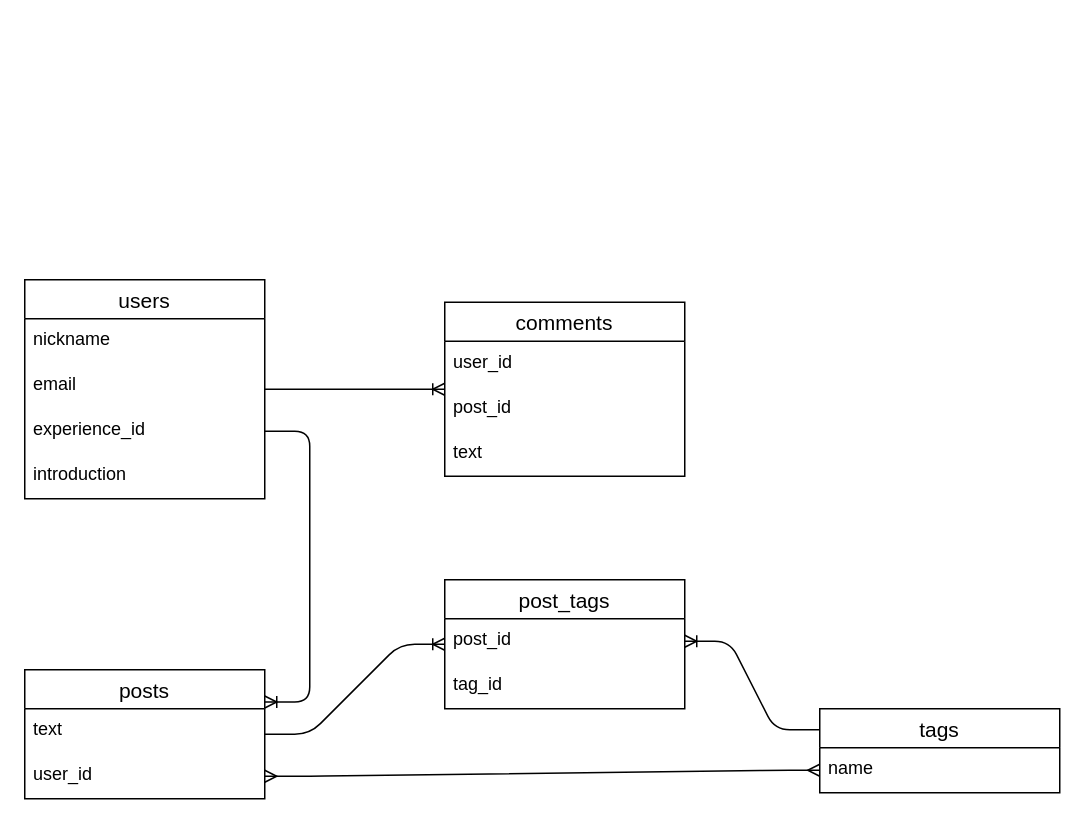
Tsukasa311/share-training keeps this draw.io diagram as share-training.dio. Above is the earlier version. Source tidied: cells renumbered, new cells numbered last; positions are measured from the earlier drawing's top-left corner, leaving out a move shared by most shapes. Both pictures are drawn from the tidied source at 150%, with x=0, y=0 at pixel (24, 279).
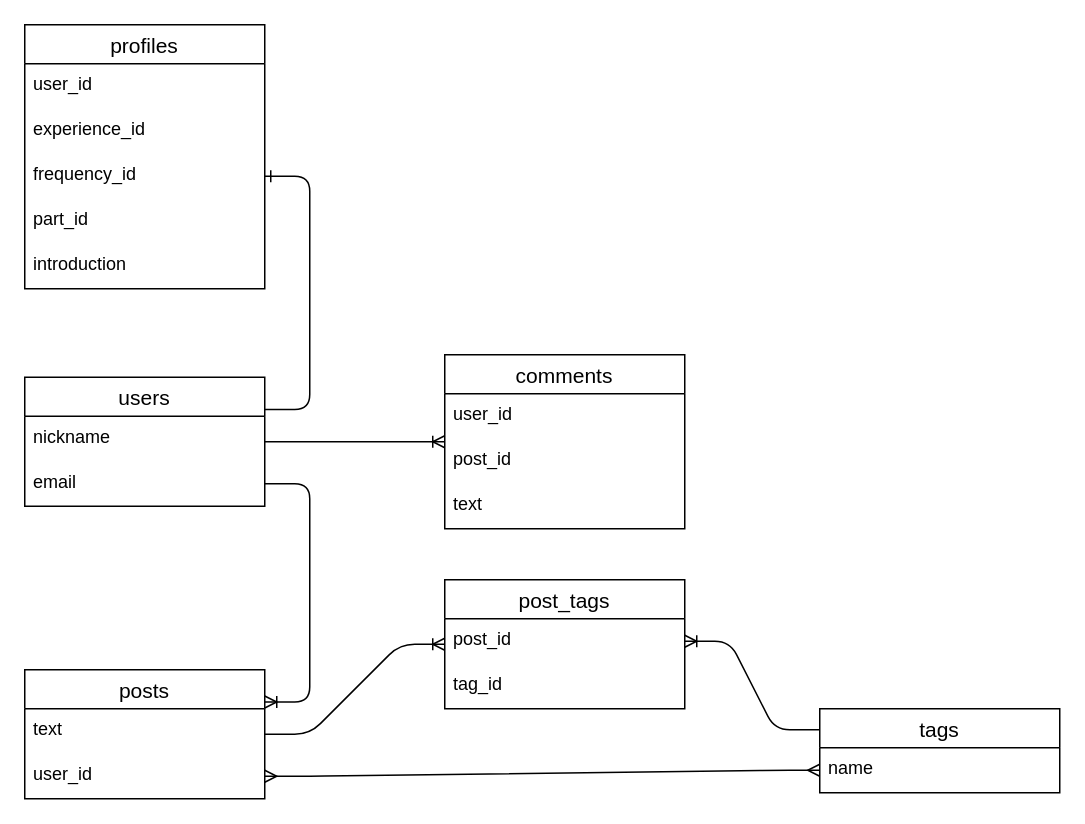
After the change.

Unchanged cells that the change refers to:
```xml
<mxCell id="4" value="email" style="text;strokeColor=none;fillColor=none;spacingLeft=4;spacingRight=4;overflow=hidden;points=[[0,0.5],[1,0.5]];portConstraint=eastwest;fontSize=12;" parent="2" vertex="1">
  <mxGeometry y="56" width="160" height="30" as="geometry" />
</mxCell>
<mxCell id="7" value="posts" style="swimlane;fontStyle=0;horizontal=1;startSize=26;align=center;fontSize=14;" parent="1" vertex="1">
  <mxGeometry y="260" width="160" height="86" as="geometry" />
</mxCell>
```

The edit, as a diff of the source:
```diff
@@
     <mxCell id="2" value="users" style="swimlane;fontStyle=0;horizontal=1;startSize=26;align=center;fontSize=14;" parent="1" vertex="1">
-      <mxGeometry width="160" height="146" as="geometry" />
+      <mxGeometry y="65" width="160" height="86" as="geometry" />
     </mxCell>
@@
-    <mxCell id="5" value="experience_id" style="text;strokeColor=none;fillColor=none;spacingLeft=4;spacingRight=4;overflow=hidden;points=[[0,0.5],[1,0.5]];portConstraint=eastwest;fontSize=12;" parent="2" vertex="1">
-      <mxGeometry y="86" width="160" height="30" as="geometry" />
-    </mxCell>
-    <mxCell id="6" value="introduction" style="text;strokeColor=none;fillColor=none;spacingLeft=4;spacingRight=4;overflow=hidden;fontSize=12;" parent="2" vertex="1">
-      <mxGeometry y="116" width="160" height="30" as="geometry" />
-    </mxCell>
@@
     <mxCell id="10" value="comments" style="swimlane;fontStyle=0;horizontal=1;startSize=26;align=center;fontSize=14;" parent="1" vertex="1">
-      <mxGeometry x="280" y="15" width="160" height="116" as="geometry" />
+      <mxGeometry x="280" y="50" width="160" height="116" as="geometry" />
     </mxCell>
@@
-    <mxCell id="20" style="edgeStyle=entityRelationEdgeStyle;fontSize=12;html=1;endArrow=ERoneToMany;exitX=1;exitY=0.5;exitDx=0;exitDy=0;entryX=1;entryY=0.25;entryDx=0;entryDy=0;" parent="1" edge="1" source="5" target="7">
+    <mxCell id="20" style="edgeStyle=entityRelationEdgeStyle;fontSize=12;html=1;endArrow=ERoneToMany;exitX=1;exitY=0.5;exitDx=0;exitDy=0;entryX=1;entryY=0.25;entryDx=0;entryDy=0;" parent="1" edge="1" source="4" target="7">
       <mxGeometry relative="1" as="geometry" />
     </mxCell>
@@
+    <mxCell id="24" value="profiles" style="swimlane;fontStyle=0;horizontal=1;startSize=26;align=center;fontSize=14;" parent="1" vertex="1">
+      <mxGeometry y="-170" width="160" height="176" as="geometry" />
+    </mxCell>
+    <mxCell id="25" value="user_id" style="text;strokeColor=none;fillColor=none;spacingLeft=4;spacingRight=4;overflow=hidden;fontSize=12;" parent="24" vertex="1">
+      <mxGeometry y="26" width="160" height="30" as="geometry" />
+    </mxCell>
+    <mxCell id="5" value="experience_id" style="text;strokeColor=none;fillColor=none;spacingLeft=4;spacingRight=4;overflow=hidden;points=[[0,0.5],[1,0.5]];portConstraint=eastwest;fontSize=12;" parent="24" vertex="1">
+      <mxGeometry y="56" width="160" height="30" as="geometry" />
+    </mxCell>
+    <mxCell id="26" value="frequency_id" style="text;strokeColor=none;fillColor=none;spacingLeft=4;spacingRight=4;overflow=hidden;points=[[0,0.5],[1,0.5]];portConstraint=eastwest;fontSize=12;" parent="24" vertex="1">
+      <mxGeometry y="86" width="160" height="30" as="geometry" />
+    </mxCell>
+    <mxCell id="27" value="part_id" style="text;strokeColor=none;fillColor=none;spacingLeft=4;spacingRight=4;overflow=hidden;fontSize=12;" parent="24" vertex="1">
+      <mxGeometry y="116" width="160" height="30" as="geometry" />
+    </mxCell>
+    <mxCell id="6" value="introduction" style="text;strokeColor=none;fillColor=none;spacingLeft=4;spacingRight=4;overflow=hidden;fontSize=12;" parent="24" vertex="1">
+      <mxGeometry y="146" width="160" height="30" as="geometry" />
+    </mxCell>
+    <mxCell id="28" style="edgeStyle=entityRelationEdgeStyle;fontSize=12;html=1;endArrow=ERone;endFill=1;exitX=1;exitY=0.25;exitDx=0;exitDy=0;" parent="1" edge="1" source="2" target="26">
+      <mxGeometry relative="1" as="geometry" />
+    </mxCell>
```
